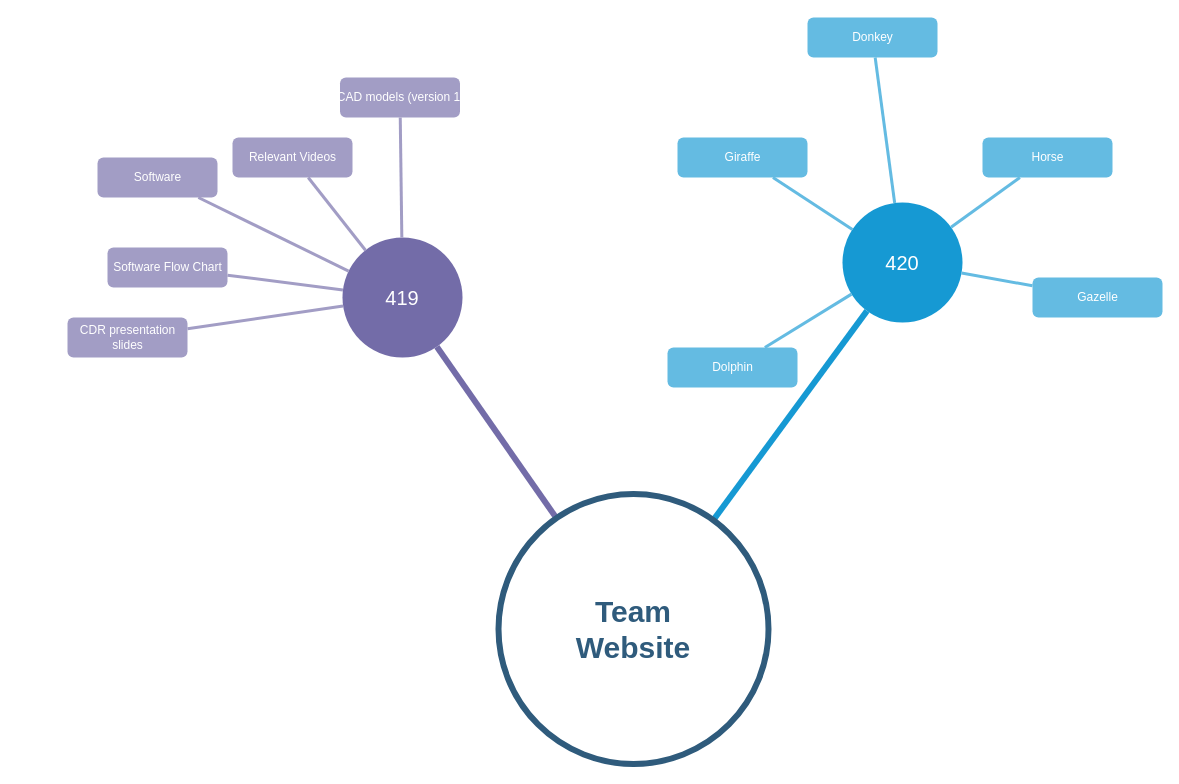
Above: documentation_web.drawio in dmalawey/MXET_Docs (draw.io), before the change. Source tidied: cells renumbered, new cells numbered last; positions are measured from the earlier drawing's top-left corner, leaving out a move shared by most shapes. Both pictures are drawn from the tidied source at 100%, with x=0, y=0 at pixel (67, 17).
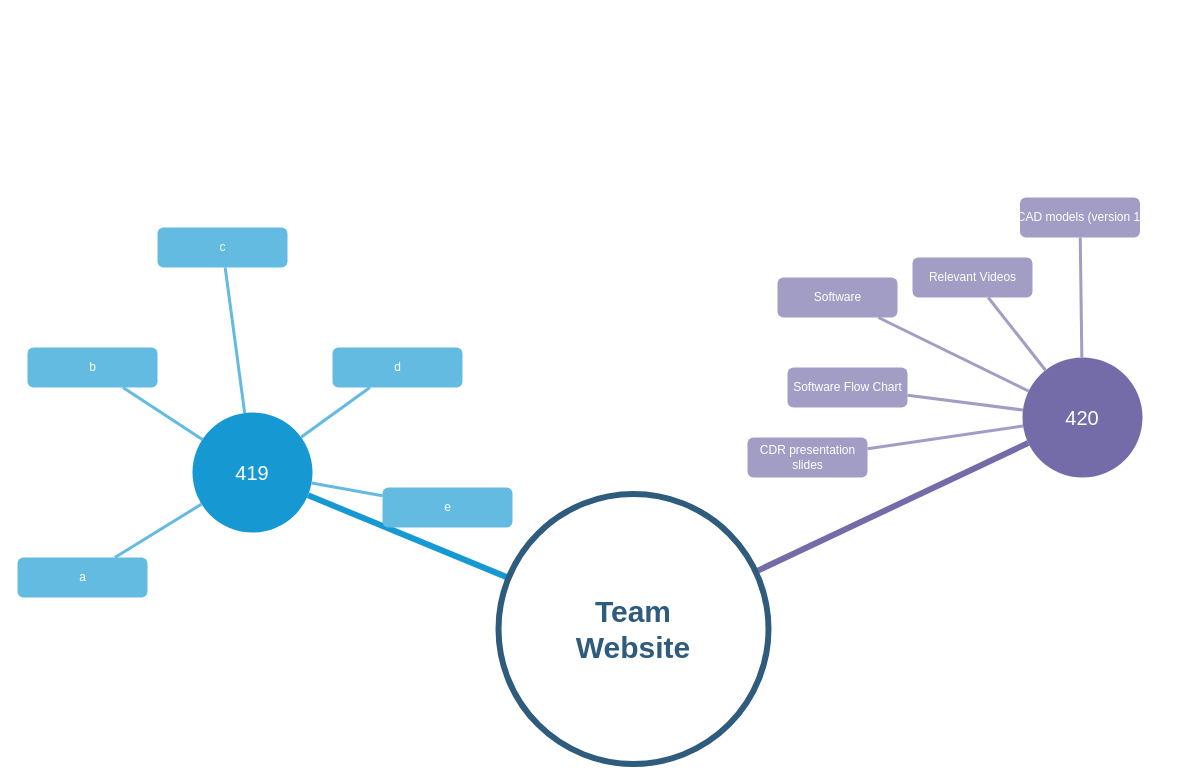
After the change.

Change to the diagram source:
```diff
@@
-    <mxCell id="2" value="420" style="ellipse;whiteSpace=wrap;html=1;shadow=0;fontFamily=Helvetica;fontSize=20;fontColor=#FFFFFF;align=center;strokeWidth=3;fillColor=#1699D3;strokeColor=none;" parent="1" vertex="1">
-      <mxGeometry x="775" y="185" width="120" height="120" as="geometry" />
+    <mxCell id="2" value="419" style="ellipse;whiteSpace=wrap;html=1;shadow=0;fontFamily=Helvetica;fontSize=20;fontColor=#FFFFFF;align=center;strokeWidth=3;fillColor=#1699D3;strokeColor=none;" parent="1" vertex="1">
+      <mxGeometry x="125" y="395" width="120" height="120" as="geometry" />
     </mxCell>
-    <mxCell id="3" value="Dolphin" style="rounded=1;fillColor=#64BBE2;strokeColor=none;strokeWidth=3;shadow=0;html=1;fontColor=#FFFFFF;" parent="1" vertex="1">
-      <mxGeometry x="600" y="330" width="130" height="40" as="geometry" />
+    <mxCell id="3" value="a" style="rounded=1;fillColor=#64BBE2;strokeColor=none;strokeWidth=3;shadow=0;html=1;fontColor=#FFFFFF;" parent="1" vertex="1">
+      <mxGeometry x="-50" y="540" width="130" height="40" as="geometry" />
     </mxCell>
@@
-    <mxCell id="6" value="Giraffe" style="rounded=1;fillColor=#64BBE2;strokeColor=none;strokeWidth=3;shadow=0;html=1;fontColor=#FFFFFF;" parent="1" vertex="1">
-      <mxGeometry x="610" y="120" width="130" height="40" as="geometry" />
+    <mxCell id="6" value="b" style="rounded=1;fillColor=#64BBE2;strokeColor=none;strokeWidth=3;shadow=0;html=1;fontColor=#FFFFFF;" parent="1" vertex="1">
+      <mxGeometry x="-40" y="330" width="130" height="40" as="geometry" />
     </mxCell>
-    <mxCell id="7" value="Donkey" style="rounded=1;fillColor=#64BBE2;strokeColor=none;strokeWidth=3;shadow=0;html=1;fontColor=#FFFFFF;" parent="1" vertex="1">
-      <mxGeometry x="740" width="130" height="40" as="geometry" />
+    <mxCell id="7" value="c" style="rounded=1;fillColor=#64BBE2;strokeColor=none;strokeWidth=3;shadow=0;html=1;fontColor=#FFFFFF;" parent="1" vertex="1">
+      <mxGeometry x="90" y="210" width="130" height="40" as="geometry" />
     </mxCell>
-    <mxCell id="8" value="Horse" style="rounded=1;fillColor=#64BBE2;strokeColor=none;strokeWidth=3;shadow=0;html=1;fontColor=#FFFFFF;" parent="1" vertex="1">
-      <mxGeometry x="915" y="120" width="130" height="40" as="geometry" />
+    <mxCell id="8" value="d" style="rounded=1;fillColor=#64BBE2;strokeColor=none;strokeWidth=3;shadow=0;html=1;fontColor=#FFFFFF;" parent="1" vertex="1">
+      <mxGeometry x="265" y="330" width="130" height="40" as="geometry" />
     </mxCell>
-    <mxCell id="9" value="Gazelle" style="rounded=1;fillColor=#64BBE2;strokeColor=none;strokeWidth=3;shadow=0;html=1;fontColor=#FFFFFF;" parent="1" vertex="1">
-      <mxGeometry x="965" y="260" width="130" height="40" as="geometry" />
+    <mxCell id="9" value="e" style="rounded=1;fillColor=#64BBE2;strokeColor=none;strokeWidth=3;shadow=0;html=1;fontColor=#FFFFFF;" parent="1" vertex="1">
+      <mxGeometry x="315" y="470" width="130" height="40" as="geometry" />
     </mxCell>
     <mxCell id="10" style="edgeStyle=none;endArrow=none;strokeWidth=3;strokeColor=#64BBE2;html=1;" parent="1" edge="1" source="2" target="9">
-      <mxGeometry x="560" y="170" as="geometry" />
+      <mxGeometry x="-90" y="380" as="geometry" />
     </mxCell>
     <mxCell id="11" style="edgeStyle=none;endArrow=none;strokeWidth=3;strokeColor=#64BBE2;html=1;" parent="1" edge="1" source="2" target="3">
-      <mxGeometry x="560" y="170" as="geometry" />
+      <mxGeometry x="-90" y="380" as="geometry" />
     </mxCell>
     <mxCell id="12" style="edgeStyle=none;endArrow=none;strokeWidth=3;strokeColor=#64BBE2;html=1;" parent="1" edge="1" source="2" target="6">
-      <mxGeometry x="560" y="170" as="geometry" />
+      <mxGeometry x="-90" y="380" as="geometry" />
     </mxCell>
     <mxCell id="13" style="edgeStyle=none;endArrow=none;strokeWidth=3;strokeColor=#64BBE2;html=1;" parent="1" edge="1" source="2" target="7">
-      <mxGeometry x="560" y="170" as="geometry" />
+      <mxGeometry x="-90" y="380" as="geometry" />
     </mxCell>
     <mxCell id="14" style="edgeStyle=none;endArrow=none;strokeWidth=3;strokeColor=#64BBE2;html=1;" parent="1" edge="1" source="2" target="8">
-      <mxGeometry x="560" y="170" as="geometry" />
+      <mxGeometry x="-90" y="380" as="geometry" />
     </mxCell>
@@
-    <mxCell id="16" value="419" style="ellipse;whiteSpace=wrap;html=1;shadow=0;fontFamily=Helvetica;fontSize=20;fontColor=#FFFFFF;align=center;strokeWidth=3;fillColor=#736ca8;strokeColor=none;" parent="1" vertex="1">
-      <mxGeometry x="275" y="220" width="120" height="120" as="geometry" />
+    <mxCell id="16" value="420" style="ellipse;whiteSpace=wrap;html=1;shadow=0;fontFamily=Helvetica;fontSize=20;fontColor=#FFFFFF;align=center;strokeWidth=3;fillColor=#736ca8;strokeColor=none;" parent="1" vertex="1">
+      <mxGeometry x="955" y="340" width="120" height="120" as="geometry" />
     </mxCell>
     <mxCell id="17" value="Relevant Videos" style="rounded=1;fillColor=#a29dc5;strokeColor=none;strokeWidth=3;shadow=0;html=1;fontColor=#FFFFFF;" parent="1" vertex="1">
-      <mxGeometry x="165" y="120" width="120" height="40" as="geometry" />
+      <mxGeometry x="845" y="240" width="120" height="40" as="geometry" />
     </mxCell>
     <mxCell id="18" value="CAD models (version 1)" style="rounded=1;fillColor=#a29dc5;strokeColor=none;strokeWidth=3;shadow=0;html=1;fontColor=#FFFFFF;" parent="1" vertex="1">
-      <mxGeometry x="272.5" y="60" width="120" height="40" as="geometry" />
+      <mxGeometry x="952.5" y="180" width="120" height="40" as="geometry" />
     </mxCell>
     <mxCell id="19" value="Software" style="rounded=1;fillColor=#a29dc5;strokeColor=none;strokeWidth=3;shadow=0;html=1;fontColor=#FFFFFF;" parent="1" vertex="1">
-      <mxGeometry x="30" y="140" width="120" height="40" as="geometry" />
+      <mxGeometry x="710" y="260" width="120" height="40" as="geometry" />
     </mxCell>
     <mxCell id="20" value="CDR presentation &lt;br&gt;slides" style="rounded=1;fillColor=#a29dc5;strokeColor=none;strokeWidth=3;shadow=0;html=1;fontColor=#FFFFFF;" parent="1" vertex="1">
-      <mxGeometry y="300" width="120" height="40" as="geometry" />
+      <mxGeometry x="680" y="420" width="120" height="40" as="geometry" />
     </mxCell>
     <mxCell id="21" style="edgeStyle=none;endArrow=none;strokeWidth=3;strokeColor=#A29DC5;html=1;" parent="1" edge="1" source="16" target="17">
-      <mxGeometry x="-1005" y="-605" as="geometry" />
+      <mxGeometry x="-325" y="-485" as="geometry" />
     </mxCell>
     <mxCell id="22" value="Software Flow Chart" style="rounded=1;fillColor=#a29dc5;strokeColor=none;strokeWidth=3;shadow=0;html=1;fontColor=#FFFFFF;" parent="1" vertex="1">
-      <mxGeometry x="40" y="230" width="120" height="40" as="geometry" />
+      <mxGeometry x="720" y="350" width="120" height="40" as="geometry" />
     </mxCell>
     <mxCell id="23" style="edgeStyle=none;endArrow=none;strokeWidth=3;strokeColor=#A29DC5;html=1;" parent="1" edge="1" source="16" target="18">
-      <mxGeometry x="-1005" y="-605" as="geometry" />
+      <mxGeometry x="-325" y="-485" as="geometry" />
     </mxCell>
     <mxCell id="24" style="edgeStyle=none;endArrow=none;strokeWidth=3;strokeColor=#A29DC5;html=1;" parent="1" edge="1" source="16" target="19">
-      <mxGeometry x="-1005" y="-605" as="geometry" />
+      <mxGeometry x="-325" y="-485" as="geometry" />
     </mxCell>
     <mxCell id="25" style="edgeStyle=none;endArrow=none;strokeWidth=3;strokeColor=#A29DC5;html=1;" parent="1" edge="1" source="16" target="20">
-      <mxGeometry x="-1005" y="-605" as="geometry" />
+      <mxGeometry x="-325" y="-485" as="geometry" />
     </mxCell>
     <mxCell id="26" style="edgeStyle=none;endArrow=none;strokeWidth=3;strokeColor=#A29DC5;html=1;" parent="1" edge="1" source="16" target="22">
-      <mxGeometry x="-1005" y="-605" as="geometry" />
+      <mxGeometry x="-325" y="-485" as="geometry" />
     </mxCell>
```
